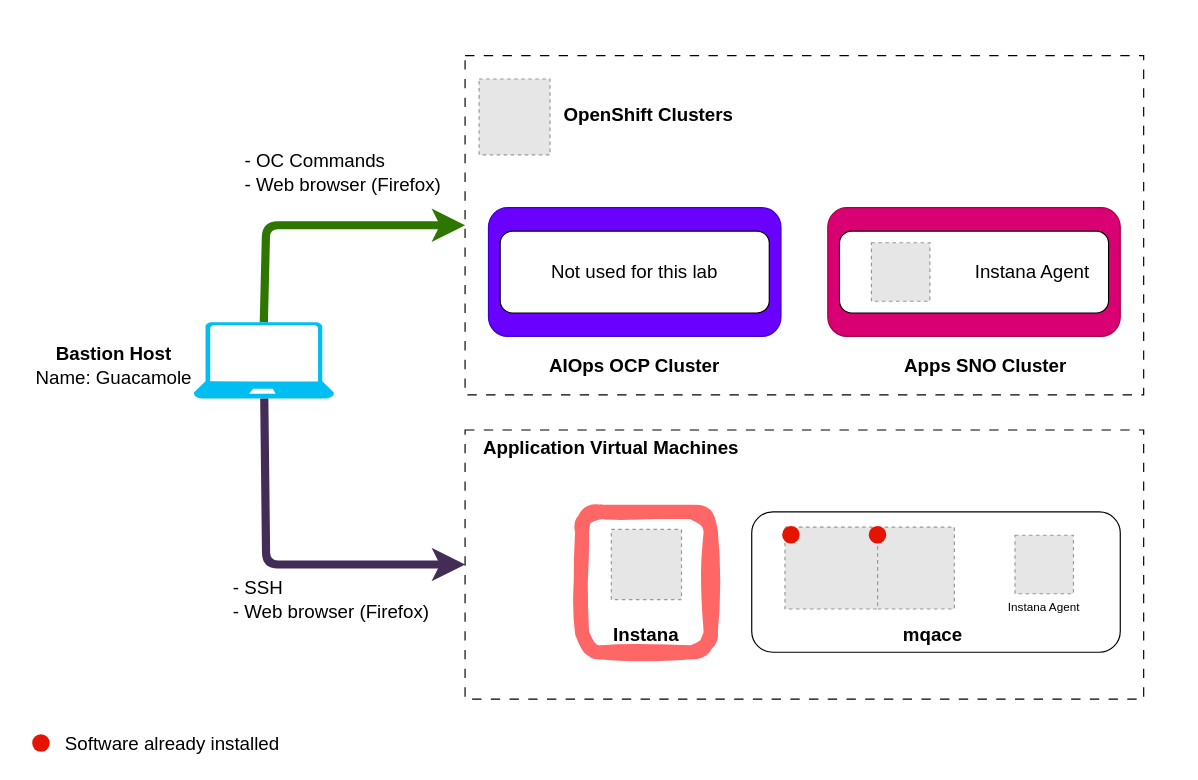
Before: labs/instana/server-and-agent-install-lab/3-server-installation/images/architecture.drawio in IBM/waiops-tech-jam, a draw.io diagram. Source tidied: cells renumbered, new cells numbered last; positions are measured from the earlier drawing's top-left corner, leaving out a move shared by most shapes. Both pictures are drawn from the tidied source at 117%, with x=0, y=0 at pixel (20, 20). Pictures stored in the file or linked from it are replaced by grey dashed boxes.
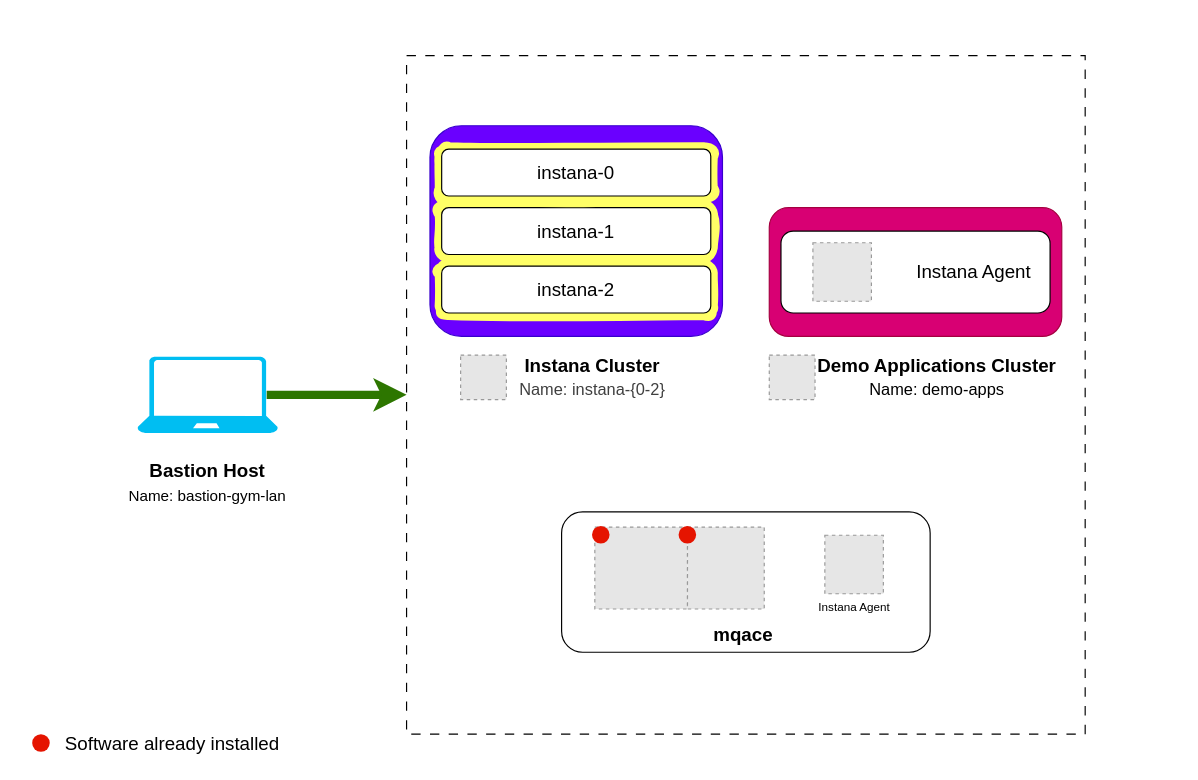
After the change.

Change to the diagram source:
```diff
@@
     <mxCell id="3" style="rounded=0;whiteSpace=wrap;html=1;dashed=1;dashPattern=8 8;" parent="1" vertex="1">
-      <mxGeometry x="380" y="30" width="580" height="290" as="geometry" />
+      <mxGeometry x="330" y="30" width="580" height="580" as="geometry" />
     </mxCell>
     <mxCell id="4" style="rounded=1;whiteSpace=wrap;html=1;fontSize=16;fillColor=#6a00ff;strokeColor=#3700CC;perimeterSpacing=1;fontColor=#ffffff;" parent="1" vertex="1">
-      <mxGeometry x="400" y="160" width="250" height="110" as="geometry" />
+      <mxGeometry x="350" y="90" width="250" height="180" as="geometry" />
     </mxCell>
     <mxCell id="5" style="rounded=1;whiteSpace=wrap;html=1;fontSize=16;fillColor=#d80073;strokeColor=#A50040;fontColor=#ffffff;" parent="1" vertex="1">
-      <mxGeometry x="690" y="160" width="250" height="110" as="geometry" />
+      <mxGeometry x="640" y="160" width="250" height="110" as="geometry" />
     </mxCell>
     <mxCell id="6" style="group;" parent="1" vertex="1">
-      <mxGeometry x="700" y="180" width="230" height="70" as="geometry" />
+      <mxGeometry x="650" y="180" width="230" height="70" as="geometry" />
     </mxCell>
@@
-    <mxCell id="10" style="group;" parent="1" vertex="1">
-      <mxGeometry x="410" y="180" width="230" height="70" as="geometry" />
+    <mxCell id="10" style="group;strokeColor=#FFFF66;rounded=1;shadow=0;strokeWidth=12;sketch=1;curveFitting=1;jiggle=2;" parent="1" vertex="1">
+      <mxGeometry x="360" y="210" width="230" height="40" as="geometry" />
     </mxCell>
     <mxCell id="11" style="rounded=1;whiteSpace=wrap;html=1;fontSize=16;" parent="10" vertex="1">
-      <mxGeometry width="230" height="70" as="geometry" />
+      <mxGeometry width="230" height="40" as="geometry" />
     </mxCell>
-    <mxCell id="12" value="Not used for this lab" style="text;html=1;strokeColor=none;fillColor=none;align=center;verticalAlign=middle;whiteSpace=wrap;rounded=0;fontSize=16;" parent="10" vertex="1">
-      <mxGeometry x="10" y="20" width="210" height="30" as="geometry" />
+    <mxCell id="12" value="instana-2" style="text;html=1;strokeColor=none;fillColor=none;align=center;verticalAlign=middle;whiteSpace=wrap;rounded=0;fontSize=16;" parent="10" vertex="1">
+      <mxGeometry x="10" y="11.4" width="210" height="17.1" as="geometry" />
     </mxCell>
-    <mxCell id="13" style="edgeStyle=none;html=1;exitX=0.5;exitY=0;exitDx=0;exitDy=0;exitPerimeter=0;entryX=0;entryY=0.5;entryDx=0;entryDy=0;fillColor=#60a917;strokeColor=#2D7600;strokeWidth=7;" parent="1" edge="1" source="15" target="3">
+    <mxCell id="13" style="edgeStyle=none;html=1;exitX=0.92;exitY=0.5;exitDx=0;exitDy=0;exitPerimeter=0;entryX=0;entryY=0.5;entryDx=0;entryDy=0;fillColor=#60a917;strokeColor=#2D7600;strokeWidth=7;" parent="1" edge="1" source="15" target="3">
       <mxGeometry relative="1" as="geometry">
         <Array as="points">
-          <mxPoint x="210" y="175" />
+          <mxPoint x="250" y="320" />
         </Array>
       </mxGeometry>
     </mxCell>
-    <mxCell id="14" style="edgeStyle=none;html=1;entryX=0;entryY=0.5;entryDx=0;entryDy=0;strokeWidth=7;fillColor=#76608a;strokeColor=#432D57;" parent="1" edge="1" source="15" target="21">
-      <mxGeometry relative="1" as="geometry">
-        <Array as="points">
-          <mxPoint x="210" y="465" />
-        </Array>
-      </mxGeometry>
-    </mxCell>
     <mxCell id="15" style="verticalLabelPosition=bottom;html=1;verticalAlign=top;align=center;strokeColor=none;fillColor=#00BEF2;shape=mxgraph.azure.laptop;" parent="1" vertex="1">
-      <mxGeometry x="148" y="258" width="120" height="65" as="geometry" />
+      <mxGeometry x="100" y="287.5" width="120" height="65" as="geometry" />
     </mxCell>
-    <mxCell id="16" value="&lt;b&gt;AIOps OCP Cluster&lt;/b&gt;" style="text;html=1;strokeColor=none;fillColor=none;align=center;verticalAlign=middle;whiteSpace=wrap;rounded=0;fontSize=16;" parent="1" vertex="1">
-      <mxGeometry x="425" y="280" width="200" height="30" as="geometry" />
+    <mxCell id="16" value="&lt;b&gt;Instana Cluster&lt;/b&gt;&lt;div&gt;&lt;span style=&quot;color: rgb(63, 63, 63); font-size: 14px;&quot;&gt;Name: instana-{0-2}&lt;/span&gt;&lt;b&gt;&lt;br&gt;&lt;/b&gt;&lt;/div&gt;" style="text;html=1;strokeColor=none;fillColor=none;align=center;verticalAlign=middle;whiteSpace=wrap;rounded=0;fontSize=16;" parent="1" vertex="1">
+      <mxGeometry x="403.8" y="290" width="170" height="30" as="geometry" />
     </mxCell>
-    <mxCell id="17" value="&lt;b&gt;Apps SNO Cluster&lt;/b&gt;" style="text;html=1;strokeColor=none;fillColor=none;align=center;verticalAlign=middle;whiteSpace=wrap;rounded=0;fontSize=16;" parent="1" vertex="1">
-      <mxGeometry x="750" y="280" width="150" height="30" as="geometry" />
+    <mxCell id="17" value="&lt;b&gt;Demo Applications Cluster&lt;/b&gt;&lt;br&gt;&lt;font style=&quot;font-size: 14px;&quot;&gt;Name:&amp;nbsp;demo-apps&lt;/font&gt;" style="text;html=1;strokeColor=none;fillColor=none;align=center;verticalAlign=middle;whiteSpace=wrap;rounded=0;fontSize=16;" parent="1" vertex="1">
+      <mxGeometry x="680" y="290" width="207.2" height="30" as="geometry" />
     </mxCell>
-    <mxCell id="18" style="group;" parent="1" vertex="1">
-      <mxGeometry x="392" y="50" width="240" height="64.8" as="geometry" />
-    </mxCell>
-    <mxCell id="19" style="fillColor=#E6E6E6;strokeColor=#999999;dashed=1;verticalLabelPosition=bottom;labelBackgroundColor=default;verticalAlign=top;" parent="18" vertex="1">
-      <mxGeometry width="60.6" height="64.8" as="geometry" />
-    </mxCell>
-    <mxCell id="20" value="&lt;b&gt;OpenShift Clusters&lt;/b&gt;" style="text;html=1;strokeColor=none;fillColor=none;align=center;verticalAlign=middle;whiteSpace=wrap;rounded=0;fontSize=16;" parent="18" vertex="1">
-      <mxGeometry x="50" y="14.8" width="190" height="30" as="geometry" />
-    </mxCell>
-    <mxCell id="21" style="rounded=0;whiteSpace=wrap;html=1;dashed=1;dashPattern=8 8;" parent="1" vertex="1">
-      <mxGeometry x="380" y="350" width="580" height="230" as="geometry" />
-    </mxCell>
-    <mxCell id="22" style="rounded=1;whiteSpace=wrap;html=1;fontSize=16;strokeColor=#FF6666;sketch=1;curveFitting=1;jiggle=2;strokeWidth=12;" parent="1" vertex="1">
-      <mxGeometry x="480" y="420" width="110" height="120" as="geometry" />
-    </mxCell>
-    <mxCell id="23" style="fillColor=#E6E6E6;strokeColor=#999999;dashed=1;verticalLabelPosition=bottom;labelBackgroundColor=default;verticalAlign=top;" parent="1" vertex="1">
-      <mxGeometry x="505" y="435" width="60" height="60" as="geometry" />
-    </mxCell>
-    <mxCell id="24" value="&lt;b&gt;Instana&lt;br&gt;&lt;/b&gt;" style="text;html=1;strokeColor=none;fillColor=none;align=center;verticalAlign=middle;whiteSpace=wrap;rounded=0;fontSize=16;" parent="1" vertex="1">
-      <mxGeometry x="480" y="510" width="110" height="30" as="geometry" />
-    </mxCell>
     <mxCell id="25" style="rounded=1;whiteSpace=wrap;html=1;fontSize=16;" parent="1" vertex="1">
-      <mxGeometry x="625" y="420" width="315" height="120" as="geometry" />
+      <mxGeometry x="462.5" y="420" width="315" height="120" as="geometry" />
     </mxCell>
     <mxCell id="26" value="&lt;b&gt;mqace&lt;br&gt;&lt;/b&gt;" style="text;html=1;strokeColor=none;fillColor=none;align=center;verticalAlign=middle;whiteSpace=wrap;rounded=0;fontSize=16;" parent="1" vertex="1">
-      <mxGeometry x="630" y="510" width="300" height="30" as="geometry" />
+      <mxGeometry x="467.5" y="510" width="300" height="30" as="geometry" />
     </mxCell>
     <mxCell id="27" style="fillColor=#E6E6E6;strokeColor=#999999;dashed=1;verticalLabelPosition=bottom;verticalAlign=top;" parent="1" vertex="1">
-      <mxGeometry x="653.4" y="433" width="79.2" height="70" as="geometry" />
+      <mxGeometry x="490.9" y="433" width="79.2" height="70" as="geometry" />
     </mxCell>
     <mxCell id="28" style="fillColor=#E6E6E6;strokeColor=#999999;dashed=1;verticalLabelPosition=bottom;verticalAlign=top;" parent="1" vertex="1">
-      <mxGeometry x="732.6" y="433" width="65.6" height="70" as="geometry" />
+      <mxGeometry x="570.1" y="433" width="65.6" height="70" as="geometry" />
     </mxCell>
-    <mxCell id="29" value="&lt;b&gt;Application Virtual Machines&lt;/b&gt;" style="text;html=1;strokeColor=none;fillColor=none;align=center;verticalAlign=middle;whiteSpace=wrap;rounded=0;fontSize=16;" parent="1" vertex="1">
-      <mxGeometry x="370" y="350" width="270" height="30" as="geometry" />
-    </mxCell>
-    <mxCell id="30" value="&lt;b&gt;Bastion Host&lt;/b&gt;&lt;br&gt;Name: Guacamole" style="text;html=1;strokeColor=none;fillColor=none;align=center;verticalAlign=middle;whiteSpace=wrap;rounded=0;fontSize=16;" parent="1" vertex="1">
-      <mxGeometry x="10" y="280" width="140" height="30" as="geometry" />
+    <mxCell id="30" value="&lt;b&gt;Bastion Host&lt;/b&gt;&lt;br&gt;&lt;font style=&quot;font-size: 13px;&quot;&gt;Name: bastion-gym-lan&lt;/font&gt;" style="text;html=1;strokeColor=none;fillColor=none;align=center;verticalAlign=middle;whiteSpace=wrap;rounded=0;fontSize=16;" parent="1" vertex="1">
+      <mxGeometry x="90" y="380" width="140" height="30" as="geometry" />
     </mxCell>
-    <mxCell id="31" value="- OC Commands&lt;br&gt;- Web browser (Firefox)" style="text;html=1;strokeColor=none;fillColor=none;align=left;verticalAlign=middle;whiteSpace=wrap;rounded=0;fontSize=16;" parent="1" vertex="1">
-      <mxGeometry x="190" y="114.8" width="170" height="30" as="geometry" />
-    </mxCell>
-    <mxCell id="32" value="- SSH&lt;br&gt;- Web browser (Firefox)" style="text;html=1;strokeColor=none;fillColor=none;align=left;verticalAlign=middle;whiteSpace=wrap;rounded=0;fontSize=16;" parent="1" vertex="1">
-      <mxGeometry x="180" y="480" width="170" height="30" as="geometry" />
-    </mxCell>
     <mxCell id="33" style="ellipse;whiteSpace=wrap;html=1;fillColor=#e51400;fontColor=#ffffff;strokeColor=none;" parent="1" vertex="1">
-      <mxGeometry x="651" y="432" width="15" height="15" as="geometry" />
+      <mxGeometry x="488.5" y="432" width="15" height="15" as="geometry" />
     </mxCell>
@@
     <mxCell id="36" style="ellipse;whiteSpace=wrap;html=1;fillColor=#e51400;fontColor=#ffffff;strokeColor=none;" parent="1" vertex="1">
-      <mxGeometry x="725" y="432" width="15" height="15" as="geometry" />
+      <mxGeometry x="562.5" y="432" width="15" height="15" as="geometry" />
     </mxCell>
     <mxCell id="37" style="fillColor=#E6E6E6;strokeColor=#999999;dashed=1;verticalLabelPosition=bottom;labelBackgroundColor=default;verticalAlign=top;" parent="1" vertex="1">
-      <mxGeometry x="850" y="440" width="50" height="50" as="geometry" />
+      <mxGeometry x="687.5" y="440" width="50" height="50" as="geometry" />
     </mxCell>
     <mxCell id="38" value="Instana Agent" style="text;html=1;strokeColor=none;fillColor=none;align=center;verticalAlign=middle;whiteSpace=wrap;rounded=0;fontSize=10;" parent="1" vertex="1">
-      <mxGeometry x="820" y="486" width="110" height="30" as="geometry" />
+      <mxGeometry x="657.5" y="486" width="110" height="30" as="geometry" />
     </mxCell>
+    <mxCell id="39" style="group;strokeColor=#FFFF66;rounded=1;shadow=0;strokeWidth=12;sketch=1;curveFitting=1;jiggle=2;" parent="1" vertex="1">
+      <mxGeometry x="360" y="160" width="230" height="40" as="geometry" />
+    </mxCell>
+    <mxCell id="40" style="rounded=1;whiteSpace=wrap;html=1;fontSize=16;" parent="39" vertex="1">
+      <mxGeometry width="230" height="40" as="geometry" />
+    </mxCell>
+    <mxCell id="41" value="instana-1" style="text;html=1;strokeColor=none;fillColor=none;align=center;verticalAlign=middle;whiteSpace=wrap;rounded=0;fontSize=16;" parent="39" vertex="1">
+      <mxGeometry x="10" y="11.4" width="210" height="17.1" as="geometry" />
+    </mxCell>
+    <mxCell id="42" style="group;strokeColor=#FFFF66;rounded=1;shadow=0;strokeWidth=12;sketch=1;curveFitting=1;jiggle=2;" parent="1" vertex="1">
+      <mxGeometry x="360" y="110" width="230" height="40" as="geometry" />
+    </mxCell>
+    <mxCell id="43" style="rounded=1;whiteSpace=wrap;html=1;fontSize=16;" parent="42" vertex="1">
+      <mxGeometry width="230" height="40" as="geometry" />
+    </mxCell>
+    <mxCell id="44" value="instana-0" style="text;html=1;strokeColor=none;fillColor=none;align=center;verticalAlign=middle;whiteSpace=wrap;rounded=0;fontSize=16;" parent="42" vertex="1">
+      <mxGeometry x="10" y="11.4" width="210" height="17.1" as="geometry" />
+    </mxCell>
+    <mxCell id="45" style="fillColor=#E6E6E6;strokeColor=#999999;dashed=1;verticalLabelPosition=bottom;labelBackgroundColor=default;verticalAlign=top;" parent="1" vertex="1">
+      <mxGeometry x="640" y="286" width="39.1" height="38" as="geometry" />
+    </mxCell>
+    <mxCell id="46" style="fillColor=#E6E6E6;strokeColor=#999999;dashed=1;verticalLabelPosition=bottom;labelBackgroundColor=default;verticalAlign=top;" parent="1" vertex="1">
+      <mxGeometry x="376.2" y="286" width="39.1" height="38" as="geometry" />
+    </mxCell>
```
